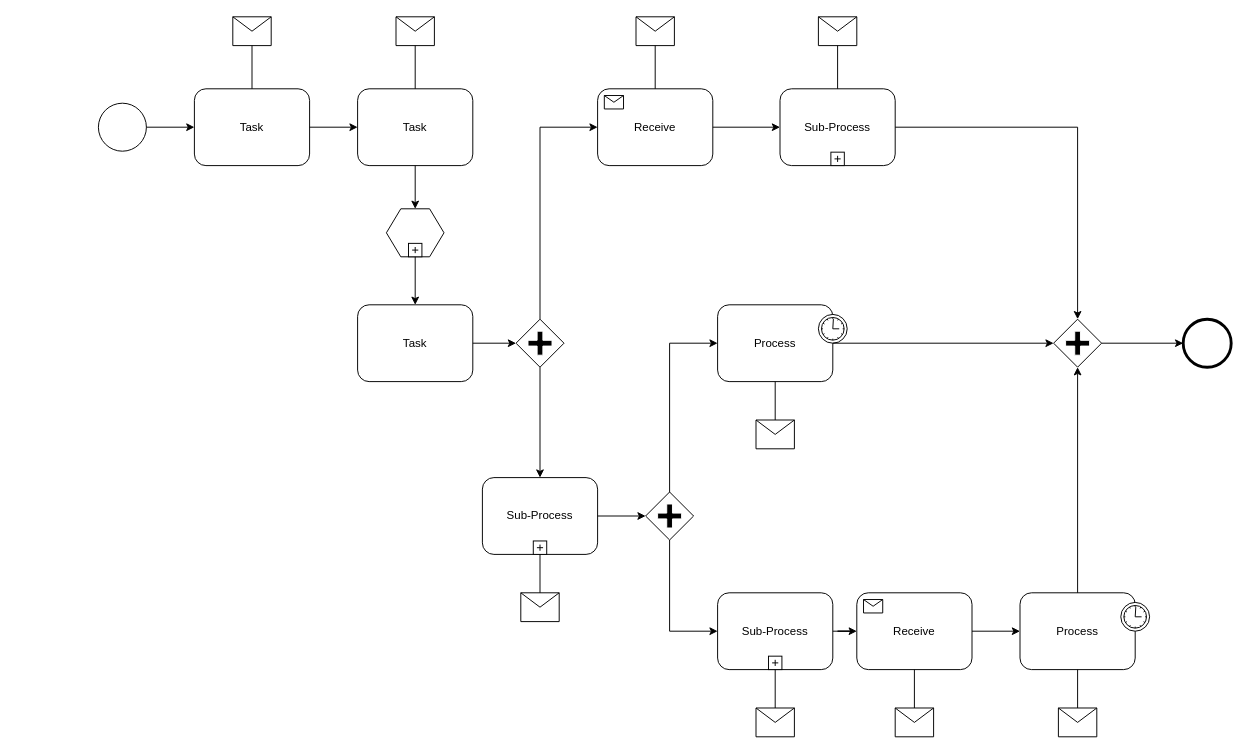
Earlier version of the draw.io diagram Diagrama sin título.drawio (joelsct98/MisDiagramas). Source tidied: cells renumbered, new cells numbered last; positions are measured from the earlier drawing's top-left corner, leaving out a move shared by most shapes. Both pictures are drawn from the tidied source at 96%, with x=0, y=0 at pixel (98, 16).
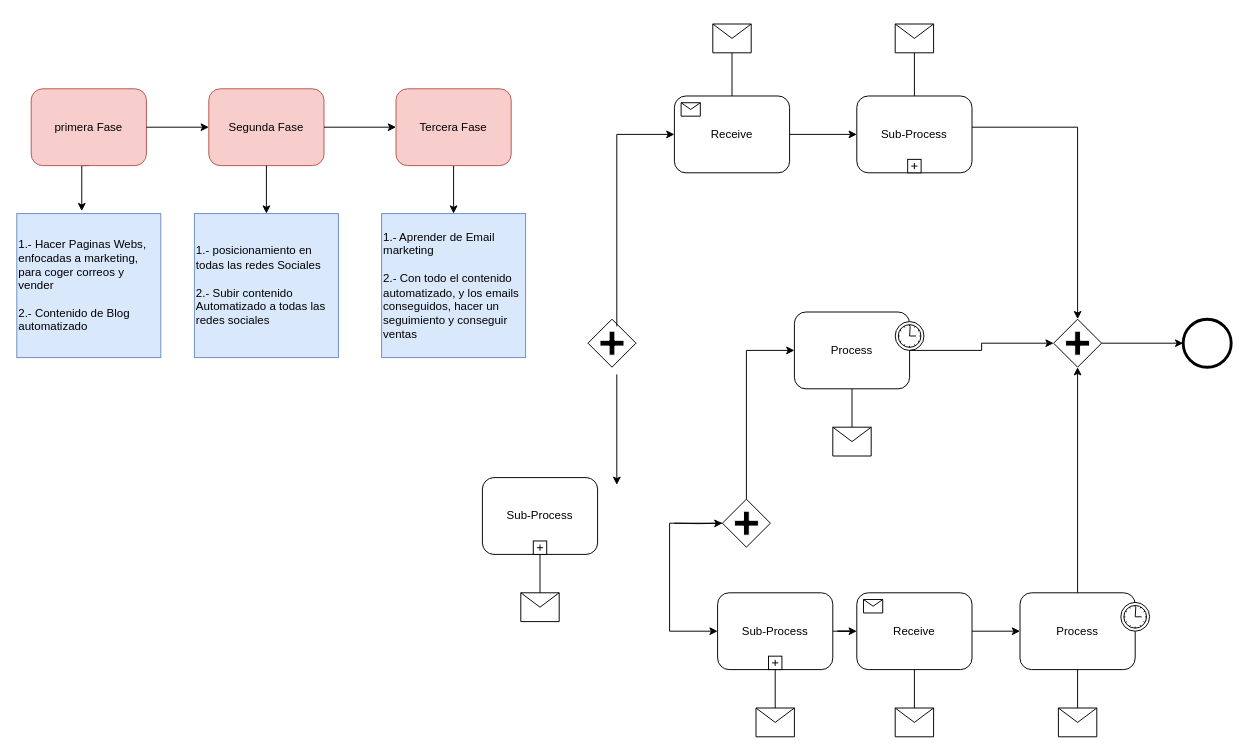
The same diagram, later.

The change refers to these unchanged cells:
```xml
<mxCell id="27" value="Sub-Process" style="html=1;whiteSpace=wrap;rounded=1;" parent="1" vertex="1">
  <mxGeometry x="400" y="480" width="120" height="80" as="geometry" />
</mxCell>
```

Diff of the diagram source:
```diff
@@
-    <mxCell id="2" style="shape=mxgraph.bpmn.shape;html=1;verticalLabelPosition=bottom;labelBackgroundColor=#ffffff;verticalAlign=top;perimeter=ellipsePerimeter;outline=standard;symbol=general;" parent="1" vertex="1">
-      <mxGeometry y="90" width="50" height="50" as="geometry" />
-    </mxCell>
+    <mxCell id="61" style="edgeStyle=orthogonalEdgeStyle;rounded=0;jettySize=auto;html=1;exitX=0.5;exitY=1;exitDx=0;exitDy=0;entryX=0.451;entryY=-0.017;entryDx=0;entryDy=0;entryPerimeter=0;" parent="1" edge="1" source="3" target="62">
+      <mxGeometry relative="1" as="geometry">
+        <Array as="points">
+          <mxPoint x="-17" y="155" />
+        </Array>
+      </mxGeometry>
+    </mxCell>
-    <mxCell id="3" value="Task" style="shape=ext;rounded=1;html=1;whiteSpace=wrap;" parent="1" vertex="1">
-      <mxGeometry x="100" y="75" width="120" height="80" as="geometry" />
+    <mxCell id="3" value="primera Fase" style="shape=ext;rounded=1;html=1;whiteSpace=wrap;fillColor=#f8cecc;strokeColor=#b85450;" parent="1" vertex="1">
+      <mxGeometry x="-70" y="75" width="120" height="80" as="geometry" />
     </mxCell>
-    <mxCell id="4" value="Task" style="shape=ext;rounded=1;html=1;whiteSpace=wrap;" parent="1" vertex="1">
-      <mxGeometry x="270" y="75" width="120" height="80" as="geometry" />
+    <mxCell id="4" value="Segunda Fase" style="shape=ext;rounded=1;html=1;whiteSpace=wrap;fillColor=#f8cecc;strokeColor=#b85450;" parent="1" vertex="1">
+      <mxGeometry x="115" y="75" width="120" height="80" as="geometry" />
     </mxCell>
-    <mxCell id="5" style="shape=message;whiteSpace=wrap;html=1;" parent="1" vertex="1">
-      <mxGeometry x="140" width="40" height="30" as="geometry" />
-    </mxCell>
-    <mxCell id="6" style="shape=message;whiteSpace=wrap;html=1;" parent="1" vertex="1">
-      <mxGeometry x="310" width="40" height="30" as="geometry" />
-    </mxCell>
-    <mxCell id="7" style="shape=hexagon;whiteSpace=wrap;html=1;perimeter=hexagonPerimeter;" parent="1" vertex="1">
-      <mxGeometry x="300" y="200" width="60" height="50" as="geometry" />
-    </mxCell>
-    <mxCell id="8" style="html=1;shape=plus;" parent="7" vertex="1">
-      <mxGeometry x="0.5" y="1" width="14" height="14" relative="1" as="geometry">
-        <mxPoint x="-7" y="-14" as="offset" />
-      </mxGeometry>
-    </mxCell>
-    <mxCell id="9" value="Task" style="shape=ext;rounded=1;html=1;whiteSpace=wrap;" parent="1" vertex="1">
-      <mxGeometry x="270" y="300" width="120" height="80" as="geometry" />
-    </mxCell>
     <mxCell id="10" style="shape=mxgraph.bpmn.shape;html=1;verticalLabelPosition=bottom;labelBackgroundColor=#ffffff;verticalAlign=top;perimeter=rhombusPerimeter;background=gateway;outline=none;symbol=parallelGw;" parent="1" vertex="1">
-      <mxGeometry x="435" y="315" width="50" height="50" as="geometry" />
+      <mxGeometry x="510" y="315" width="50" height="50" as="geometry" />
     </mxCell>
     <mxCell id="11" value="Sub-Process" style="html=1;whiteSpace=wrap;rounded=1;" parent="1" vertex="1">
-      <mxGeometry x="710" y="75" width="120" height="80" as="geometry" />
+      <mxGeometry x="790" y="82.5" width="120" height="80" as="geometry" />
     </mxCell>
@@
     <mxCell id="13" value="Receive" style="html=1;whiteSpace=wrap;rounded=1;" parent="1" vertex="1">
-      <mxGeometry x="520" y="75" width="120" height="80" as="geometry" />
+      <mxGeometry x="600" y="82.5" width="120" height="80" as="geometry" />
     </mxCell>
@@
     <mxCell id="15" value="Process" style="html=1;whiteSpace=wrap;rounded=1;" parent="1" vertex="1">
-      <mxGeometry x="645" y="300" width="120" height="80" as="geometry" />
+      <mxGeometry x="725" y="307.5" width="120" height="80" as="geometry" />
     </mxCell>
@@
     <mxCell id="25" style="shape=message;whiteSpace=wrap;html=1;" parent="1" vertex="1">
-      <mxGeometry x="560" width="40" height="30" as="geometry" />
+      <mxGeometry x="640" y="7.5" width="40" height="30" as="geometry" />
     </mxCell>
     <mxCell id="26" style="shape=message;whiteSpace=wrap;html=1;" parent="1" vertex="1">
-      <mxGeometry x="750" width="40" height="30" as="geometry" />
+      <mxGeometry x="830" y="7.5" width="40" height="30" as="geometry" />
     </mxCell>
@@
     <mxCell id="33" style="shape=message;whiteSpace=wrap;html=1;" parent="1" vertex="1">
-      <mxGeometry x="685" y="420" width="40" height="30" as="geometry" />
+      <mxGeometry x="765" y="427.5" width="40" height="30" as="geometry" />
     </mxCell>
-    <mxCell id="34" style="edgeStyle=orthogonalEdgeStyle;rounded=0;html=1;jettySize=auto;" parent="1" edge="1" source="2" target="3">
-      <mxGeometry relative="1" as="geometry" />
-    </mxCell>
-    <mxCell id="35" style="edgeStyle=orthogonalEdgeStyle;rounded=0;html=1;jettySize=auto;endArrow=none;endFill=0;" parent="1" edge="1" source="5" target="3">
-      <mxGeometry relative="1" as="geometry" />
-    </mxCell>
-    <mxCell id="36" style="edgeStyle=orthogonalEdgeStyle;rounded=0;html=1;jettySize=auto;endArrow=none;endFill=0;" parent="1" edge="1" source="6" target="4">
-      <mxGeometry relative="1" as="geometry" />
-    </mxCell>
@@
-    <mxCell id="45" style="edgeStyle=orthogonalEdgeStyle;rounded=0;html=1;jettySize=auto;" parent="1" edge="1" source="4" target="7">
-      <mxGeometry relative="1" as="geometry" />
-    </mxCell>
-    <mxCell id="46" style="edgeStyle=orthogonalEdgeStyle;rounded=0;html=1;jettySize=auto;" parent="1" edge="1" source="7" target="9">
-      <mxGeometry relative="1" as="geometry" />
-    </mxCell>
-    <mxCell id="47" style="edgeStyle=orthogonalEdgeStyle;rounded=0;html=1;jettySize=auto;" parent="1" edge="1" source="9" target="10">
-      <mxGeometry relative="1" as="geometry" />
-    </mxCell>
-    <mxCell id="48" style="edgeStyle=orthogonalEdgeStyle;rounded=0;html=1;jettySize=auto;" parent="1" edge="1" source="10" target="13">
+    <mxCell id="48" style="edgeStyle=orthogonalEdgeStyle;rounded=0;html=1;jettySize=auto;" parent="1" edge="1" target="13">
       <mxGeometry relative="1" as="geometry">
+        <mxPoint x="540" y="322.5" as="sourcePoint" />
         <Array as="points">
-          <mxPoint x="460" y="115" />
+          <mxPoint x="540" y="122.5" />
         </Array>
       </mxGeometry>
     </mxCell>
-    <mxCell id="49" style="edgeStyle=orthogonalEdgeStyle;rounded=0;html=1;jettySize=auto;" parent="1" edge="1" source="10" target="27">
-      <mxGeometry relative="1" as="geometry" />
+    <mxCell id="49" style="edgeStyle=orthogonalEdgeStyle;rounded=0;html=1;jettySize=auto;orthogonalLoop=1;" parent="1" edge="1">
+      <mxGeometry relative="1" as="geometry">
+        <mxPoint x="540" y="372.5" as="sourcePoint" />
+        <mxPoint x="540" y="487.5" as="targetPoint" />
+      </mxGeometry>
     </mxCell>
@@
     <mxCell id="51" style="shape=mxgraph.bpmn.shape;html=1;verticalLabelPosition=bottom;labelBackgroundColor=#ffffff;verticalAlign=top;perimeter=rhombusPerimeter;background=gateway;outline=none;symbol=parallelGw;" parent="1" vertex="1">
-      <mxGeometry x="570" y="495" width="50" height="50" as="geometry" />
+      <mxGeometry x="650" y="502.5" width="50" height="50" as="geometry" />
     </mxCell>
@@
     <mxCell id="53" style="edgeStyle=orthogonalEdgeStyle;rounded=0;html=1;jettySize=auto;" parent="1" edge="1" source="51" target="15">
       <mxGeometry relative="1" as="geometry">
         <Array as="points">
-          <mxPoint x="595" y="340" />
+          <mxPoint x="675" y="347.5" />
         </Array>
       </mxGeometry>
     </mxCell>
@@
-    <mxCell id="55" style="edgeStyle=orthogonalEdgeStyle;rounded=0;html=1;jettySize=auto;" parent="1" edge="1" source="27" target="51">
-      <mxGeometry relative="1" as="geometry" />
+    <mxCell id="55" style="edgeStyle=orthogonalEdgeStyle;rounded=0;html=1;jettySize=auto;" parent="1" edge="1" target="51">
+      <mxGeometry relative="1" as="geometry">
+        <mxPoint x="600" y="527.5" as="sourcePoint" />
+      </mxGeometry>
     </mxCell>
@@
+    <mxCell id="62" value="&lt;div style=&quot;&quot;&gt;&lt;span style=&quot;background-color: initial;&quot;&gt;1.- Hacer Paginas Webs, enfocadas a marketing, para coger correos y vender&lt;/span&gt;&lt;/div&gt;&lt;div style=&quot;&quot;&gt;&lt;span style=&quot;background-color: initial;&quot;&gt;&amp;nbsp;&lt;/span&gt;&lt;/div&gt;&lt;div style=&quot;&quot;&gt;&lt;span style=&quot;background-color: initial;&quot;&gt;2.- Contenido de Blog automatizado&lt;/span&gt;&lt;/div&gt;" style="whiteSpace=wrap;html=1;fillColor=#dae8fc;strokeColor=#6c8ebf;align=left;" parent="1" vertex="1">
+      <mxGeometry x="-85" y="205" width="150" height="150" as="geometry" />
+    </mxCell>
+    <mxCell id="63" value="&lt;div style=&quot;&quot;&gt;&lt;span style=&quot;background-color: initial;&quot;&gt;1.- posicionamiento en todas las redes Sociales&lt;/span&gt;&lt;/div&gt;&lt;div style=&quot;&quot;&gt;&lt;span style=&quot;background-color: initial;&quot;&gt;&amp;nbsp;&lt;/span&gt;&lt;/div&gt;&lt;div style=&quot;&quot;&gt;&lt;span style=&quot;background-color: initial;&quot;&gt;2.- Subir contenido Automatizado a todas las redes sociales&lt;/span&gt;&lt;/div&gt;" style="whiteSpace=wrap;html=1;fillColor=#dae8fc;strokeColor=#6c8ebf;align=left;" parent="1" vertex="1">
+      <mxGeometry x="100" y="205" width="150" height="150" as="geometry" />
+    </mxCell>
+    <mxCell id="64" style="edgeStyle=orthogonalEdgeStyle;rounded=0;jettySize=auto;html=1;exitX=0.5;exitY=1;exitDx=0;exitDy=0;entryX=0.5;entryY=0;entryDx=0;entryDy=0;" parent="1" edge="1" source="65" target="67">
+      <mxGeometry relative="1" as="geometry" />
+    </mxCell>
+    <mxCell id="65" value="Tercera Fase" style="shape=ext;rounded=1;html=1;whiteSpace=wrap;fillColor=#f8cecc;strokeColor=#b85450;" parent="1" vertex="1">
+      <mxGeometry x="310" y="75" width="120" height="80" as="geometry" />
+    </mxCell>
+    <mxCell id="66" style="endArrow=classic;html=1;rounded=0;exitX=1;exitY=0.5;exitDx=0;exitDy=0;entryX=0;entryY=0.5;entryDx=0;entryDy=0;" parent="1" edge="1" source="4" target="65">
+      <mxGeometry relative="1" as="geometry" />
+    </mxCell>
+    <mxCell id="67" value="&lt;div style=&quot;&quot;&gt;&lt;span style=&quot;background-color: initial;&quot;&gt;1.- Aprender de Email marketing&lt;/span&gt;&lt;/div&gt;&lt;div style=&quot;&quot;&gt;&lt;span style=&quot;background-color: initial;&quot;&gt;&amp;nbsp;&lt;/span&gt;&lt;/div&gt;&lt;div style=&quot;&quot;&gt;&lt;span style=&quot;background-color: initial;&quot;&gt;2.- Con todo el contenido automatizado, y los emails conseguidos, hacer un seguimiento y conseguir ventas&lt;/span&gt;&lt;/div&gt;" style="whiteSpace=wrap;html=1;fillColor=#dae8fc;strokeColor=#6c8ebf;align=left;" parent="1" vertex="1">
+      <mxGeometry x="295" y="205" width="150" height="150" as="geometry" />
+    </mxCell>
+    <mxCell id="68" style="endArrow=classic;html=1;rounded=0;exitX=0.5;exitY=1;exitDx=0;exitDy=0;entryX=0.5;entryY=0;entryDx=0;entryDy=0;" parent="1" edge="1" source="4" target="63">
+      <mxGeometry relative="1" as="geometry" />
+    </mxCell>
```
